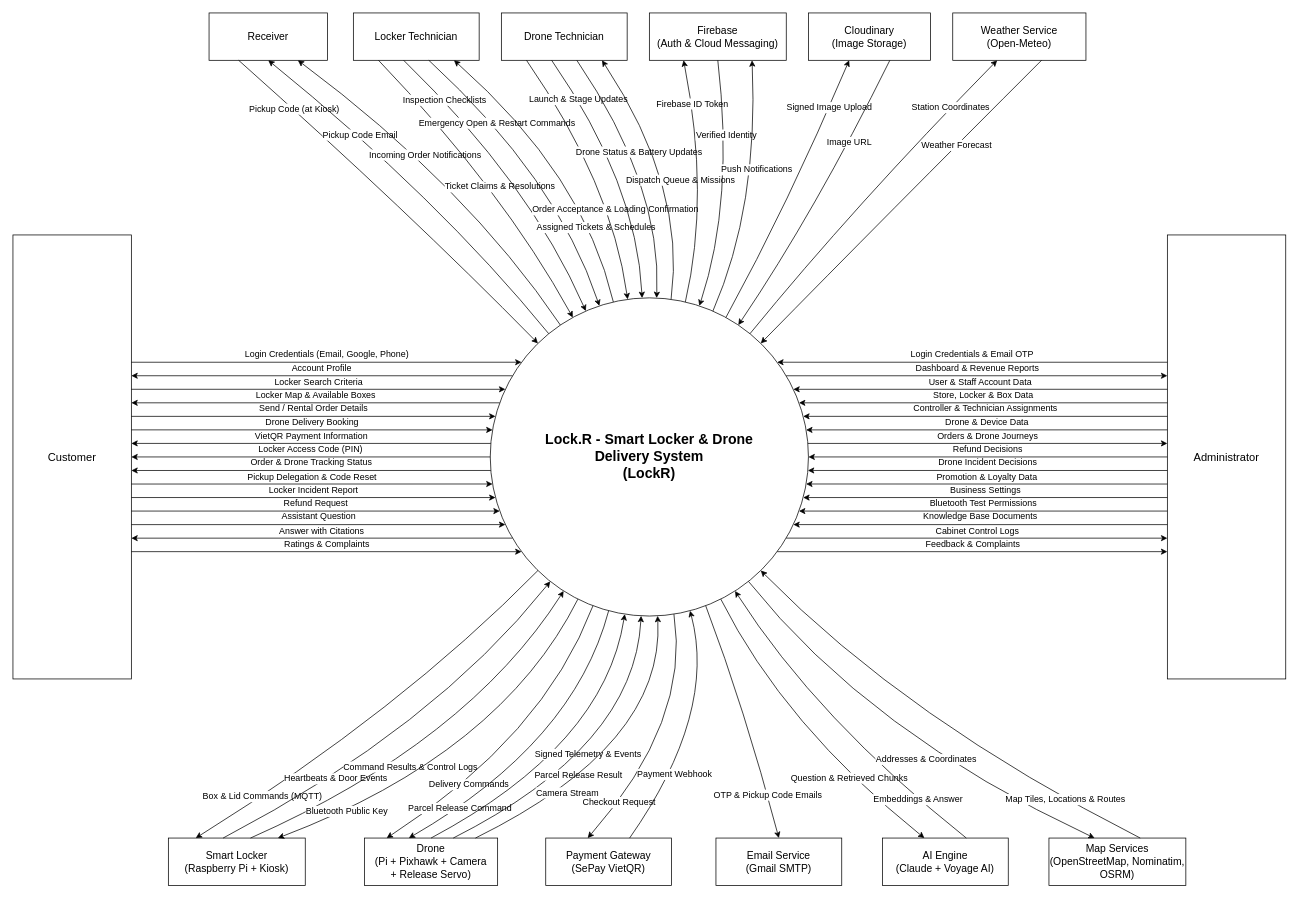
Above: rp3/srs-assets/drawio/01-context-diagram.drawio in LockR-Tech/docs (draw.io), before the change. Source tidied: cells renumbered, new cells numbered last; positions are measured from the earlier drawing's top-left corner, leaving out a move shared by most shapes. Both pictures are drawn from the tidied source at 74%, with x=0, y=0 at pixel (13, 13).
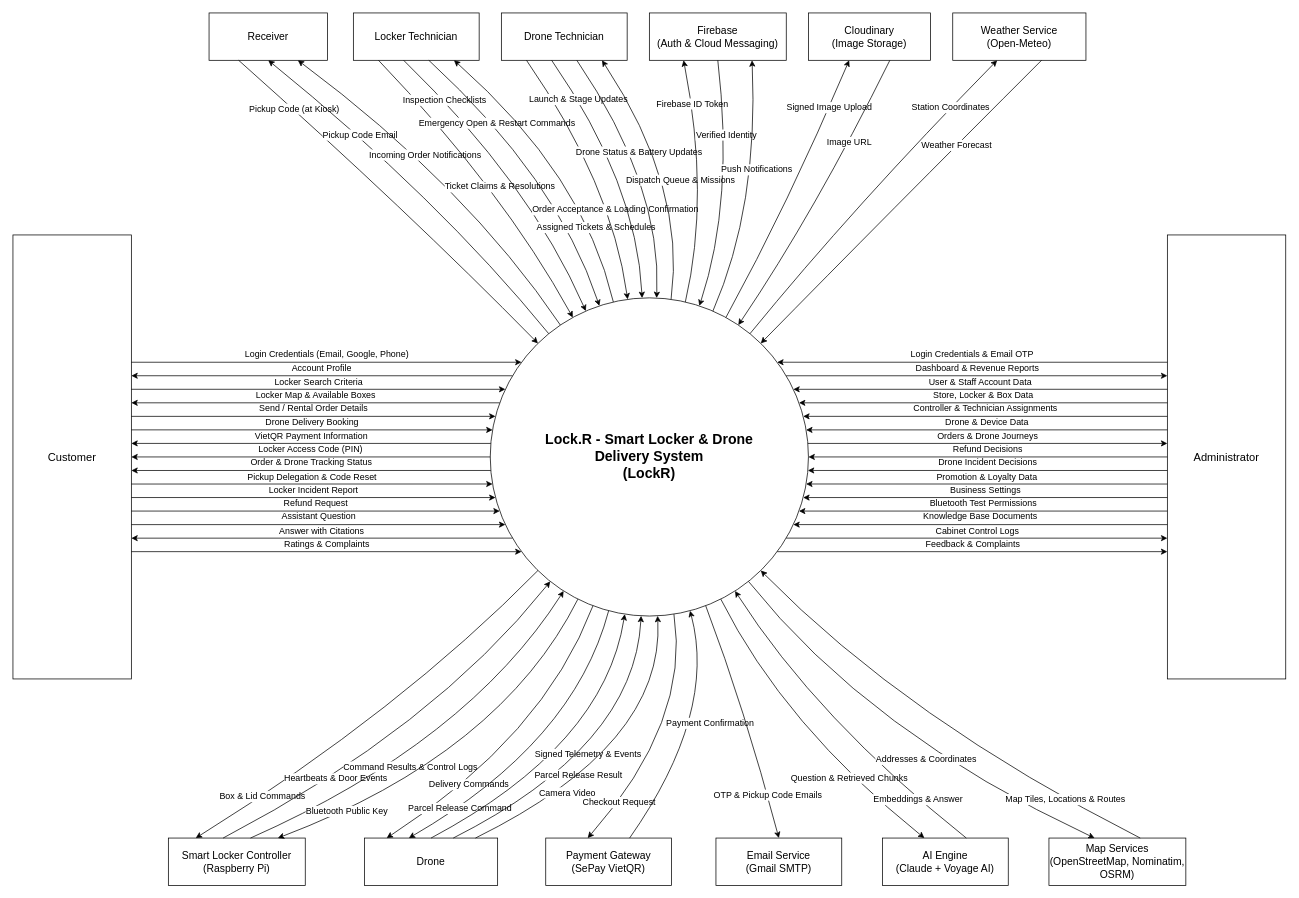
The same page after the edit.

Commit message (it also covers changes not shown here):
docs(diagrams): chỉnh context diagram theo chuẩn ký pháp

- Kiosk thuộc hệ thống; thực thể ngoài chỉ còn Smart Locker Controller.
- Nhãn luồng chỉ ghi dữ liệu, bỏ cơ chế: MQTT, webhook, stream.
- Thực thể Drone không ghi linh kiện bên trong.

Unchanged cells that the change refers to:
```xml
<mxCell id="2" value="Lock.R - Smart Locker &amp;amp; Drone&lt;br&gt;Delivery System&lt;br&gt;(LockR)" style="ellipse;whiteSpace=wrap;html=1;fontSize=19;fontStyle=1;strokeColor=#000000;fillColor=#FFFFFF;" parent="1" vertex="1">
  <mxGeometry x="645" y="385" width="430" height="430" as="geometry" />
</mxCell>
<mxCell id="61" value="Payment Gateway&lt;br&gt;(SePay VietQR)" style="rounded=0;whiteSpace=wrap;html=1;fontSize=14;strokeColor=#000000;fillColor=#FFFFFF;fontColor=#000000;" parent="1" vertex="1">
  <mxGeometry x="720" y="1115" width="170" height="64" as="geometry" />
</mxCell>
```

Diff of the diagram source:
```diff
@@
-    <mxCell id="59" value="Smart Locker&lt;br&gt;(Raspberry Pi + Kiosk)" style="rounded=0;whiteSpace=wrap;html=1;fontSize=14;strokeColor=#000000;fillColor=#FFFFFF;fontColor=#000000;" parent="1" vertex="1">
+    <mxCell id="59" value="Smart Locker Controller&lt;br&gt;(Raspberry Pi)" style="rounded=0;whiteSpace=wrap;html=1;fontSize=14;strokeColor=#000000;fillColor=#FFFFFF;fontColor=#000000;" parent="1" vertex="1">
       <mxGeometry x="210" y="1115" width="185" height="64" as="geometry" />
     </mxCell>
-    <mxCell id="60" value="Drone&lt;br&gt;(Pi + Pixhawk + Camera&lt;br&gt;+ Release Servo)" style="rounded=0;whiteSpace=wrap;html=1;fontSize=14;strokeColor=#000000;fillColor=#FFFFFF;fontColor=#000000;" parent="1" vertex="1">
+    <mxCell id="60" value="Drone" style="rounded=0;whiteSpace=wrap;html=1;fontSize=14;strokeColor=#000000;fillColor=#FFFFFF;fontColor=#000000;" parent="1" vertex="1">
       <mxGeometry x="475" y="1115" width="180" height="64" as="geometry" />
     </mxCell>
@@
-    <mxCell id="65" value="Box &amp;amp; Lid Commands (MQTT)" style="curved=1;endArrow=classic;endFill=1;html=1;fontSize=12;strokeColor=#000000;fontColor=#000000;labelBackgroundColor=#FFFFFF;exitX=0.1498;exitY=0.8569;exitDx=0;exitDy=0;exitPerimeter=0;entryX=0.2000;entryY=0;entryDx=0;entryDy=0;" parent="1" edge="1" source="2" target="59">
+    <mxCell id="65" value="Box &amp;amp; Lid Commands" style="curved=1;endArrow=classic;endFill=1;html=1;fontSize=12;strokeColor=#000000;fontColor=#000000;labelBackgroundColor=#FFFFFF;exitX=0.1498;exitY=0.8569;exitDx=0;exitDy=0;exitPerimeter=0;entryX=0.2000;entryY=0;entryDx=0;entryDy=0;" parent="1" edge="1" source="2" target="59">
       <mxGeometry x="0.64" relative="1" as="geometry">
         <Array as="points">
           <mxPoint x="524.4" y="942" />
         </Array>
       </mxGeometry>
     </mxCell>
@@
-    <mxCell id="73" value="Camera Stream" style="curved=1;endArrow=classic;endFill=1;html=1;fontSize=12;strokeColor=#000000;fontColor=#000000;labelBackgroundColor=#FFFFFF;exitX=0.8333;exitY=0;exitDx=0;exitDy=0;entryX=0.5259;entryY=0.9993;entryDx=0;entryDy=0;entryPerimeter=0;" parent="1" edge="1" source="60" target="2">
+    <mxCell id="73" value="Camera Video" style="curved=1;endArrow=classic;endFill=1;html=1;fontSize=12;strokeColor=#000000;fontColor=#000000;labelBackgroundColor=#FFFFFF;exitX=0.8333;exitY=0;exitDx=0;exitDy=0;entryX=0.5259;entryY=0.9993;entryDx=0;entryDy=0;entryPerimeter=0;" parent="1" edge="1" source="60" target="2">
       <mxGeometry x="-0.4" relative="1" as="geometry">
         <Array as="points">
           <mxPoint x="880.2" y="989.2" />
         </Array>
       </mxGeometry>
     </mxCell>
@@
-    <mxCell id="75" value="Payment Webhook" style="curved=1;endArrow=classic;endFill=1;html=1;fontSize=12;strokeColor=#000000;fontColor=#000000;labelBackgroundColor=#FFFFFF;exitX=0.6667;exitY=0;exitDx=0;exitDy=0;entryX=0.6279;entryY=0.9834;entryDx=0;entryDy=0;entryPerimeter=0;" parent="1" edge="1" source="61" target="2">
-      <mxGeometry x="-0.4" relative="1" as="geometry">
+    <mxCell id="75" value="Payment Confirmation" style="curved=1;endArrow=classic;endFill=1;html=1;fontSize=12;strokeColor=#000000;fontColor=#000000;labelBackgroundColor=#FFFFFF;exitX=0.6667;exitY=0;exitDx=0;exitDy=0;entryX=0.6279;entryY=0.9834;entryDx=0;entryDy=0;entryPerimeter=0;" parent="1" edge="1" source="61" target="2">
+      <mxGeometry x="0.08" relative="1" as="geometry">
         <Array as="points">
           <mxPoint x="951.6" y="946.1" />
         </Array>
       </mxGeometry>
     </mxCell>
```
